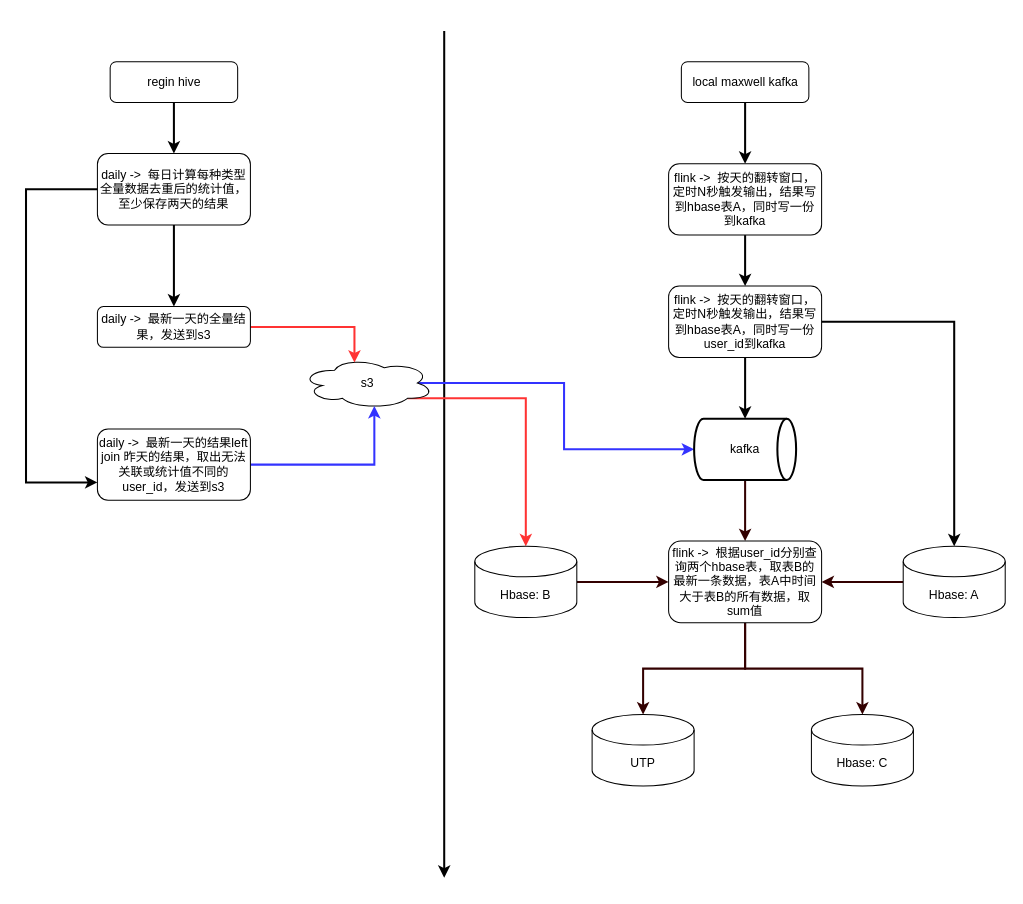
Before: 未命名绘图.drawio in LadyTao/flink-study, a draw.io diagram. Source tidied: cells renumbered, new cells numbered last; positions are measured from the earlier drawing's top-left corner, leaving out a move shared by most shapes. Both pictures are drawn from the tidied source at 102%, with x=0, y=0 at pixel (26, 31).
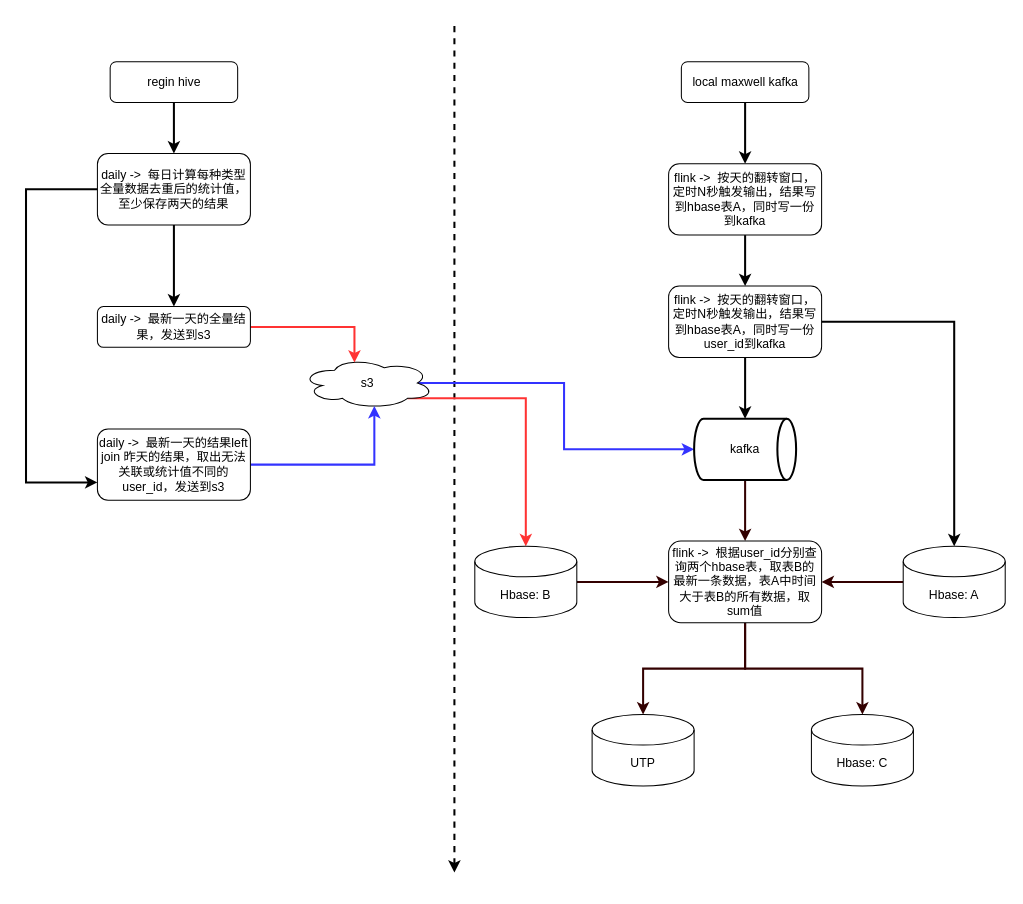
The same page after the edit.

Commit message (it also covers changes not shown here):
更新未命名绘图.drawio

Diff of the diagram source:
```diff
@@
-    <mxCell id="2" style="edgeStyle=none;orthogonalLoop=1;jettySize=auto;html=1;rounded=0;strokeWidth=2;" parent="1" edge="1">
+    <mxCell id="2" style="edgeStyle=none;orthogonalLoop=1;jettySize=auto;html=1;rounded=0;strokeWidth=2;dashed=1;" parent="1" edge="1">
       <mxGeometry relative="1" as="geometry">
-        <mxPoint x="410" as="sourcePoint" />
-        <mxPoint x="410" y="830" as="targetPoint" />
+        <mxPoint x="420" y="-5" as="sourcePoint" />
+        <mxPoint x="420" y="825" as="targetPoint" />
       </mxGeometry>
     </mxCell>
```
